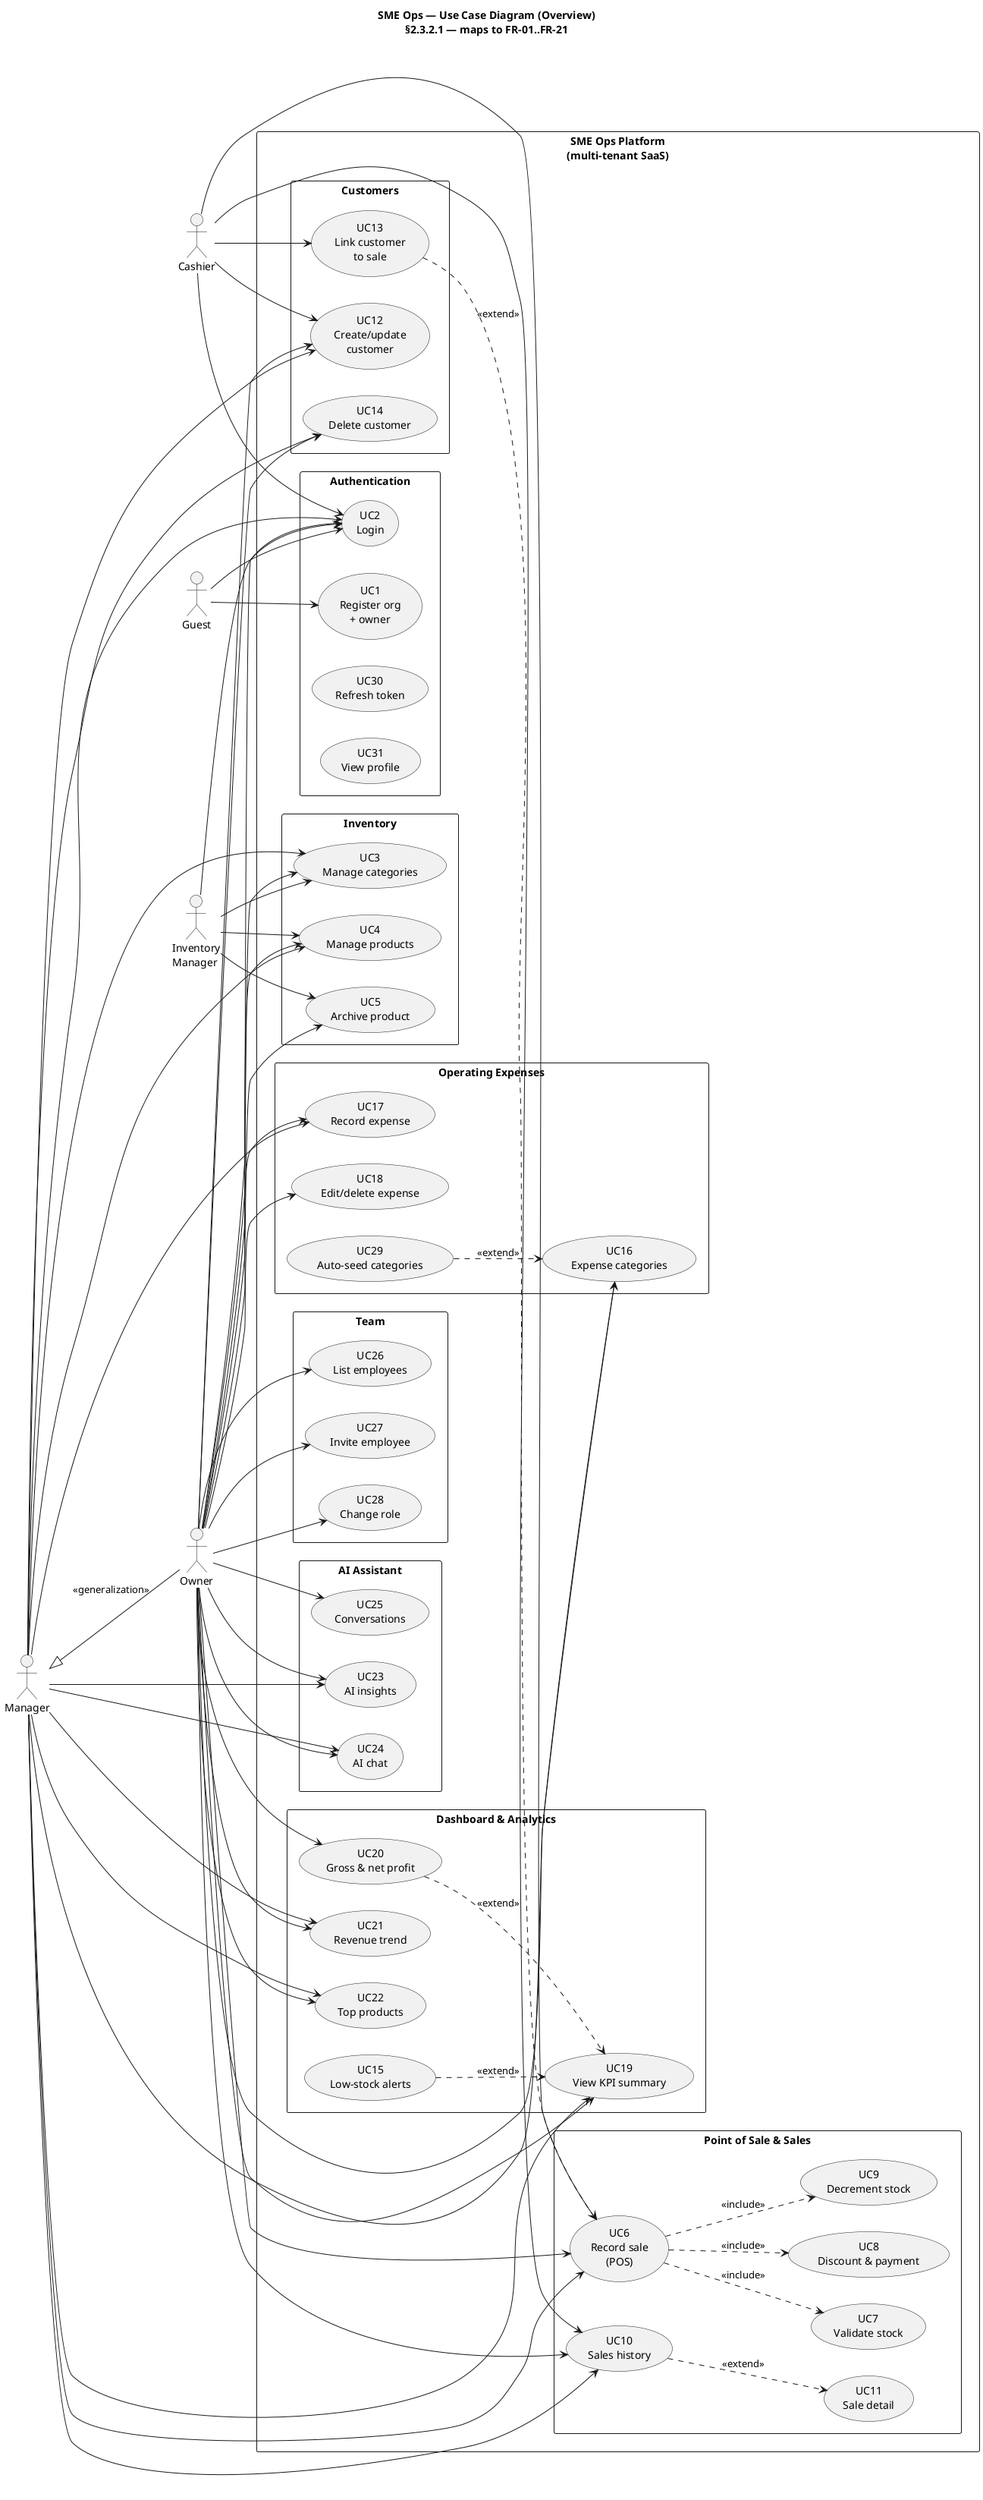
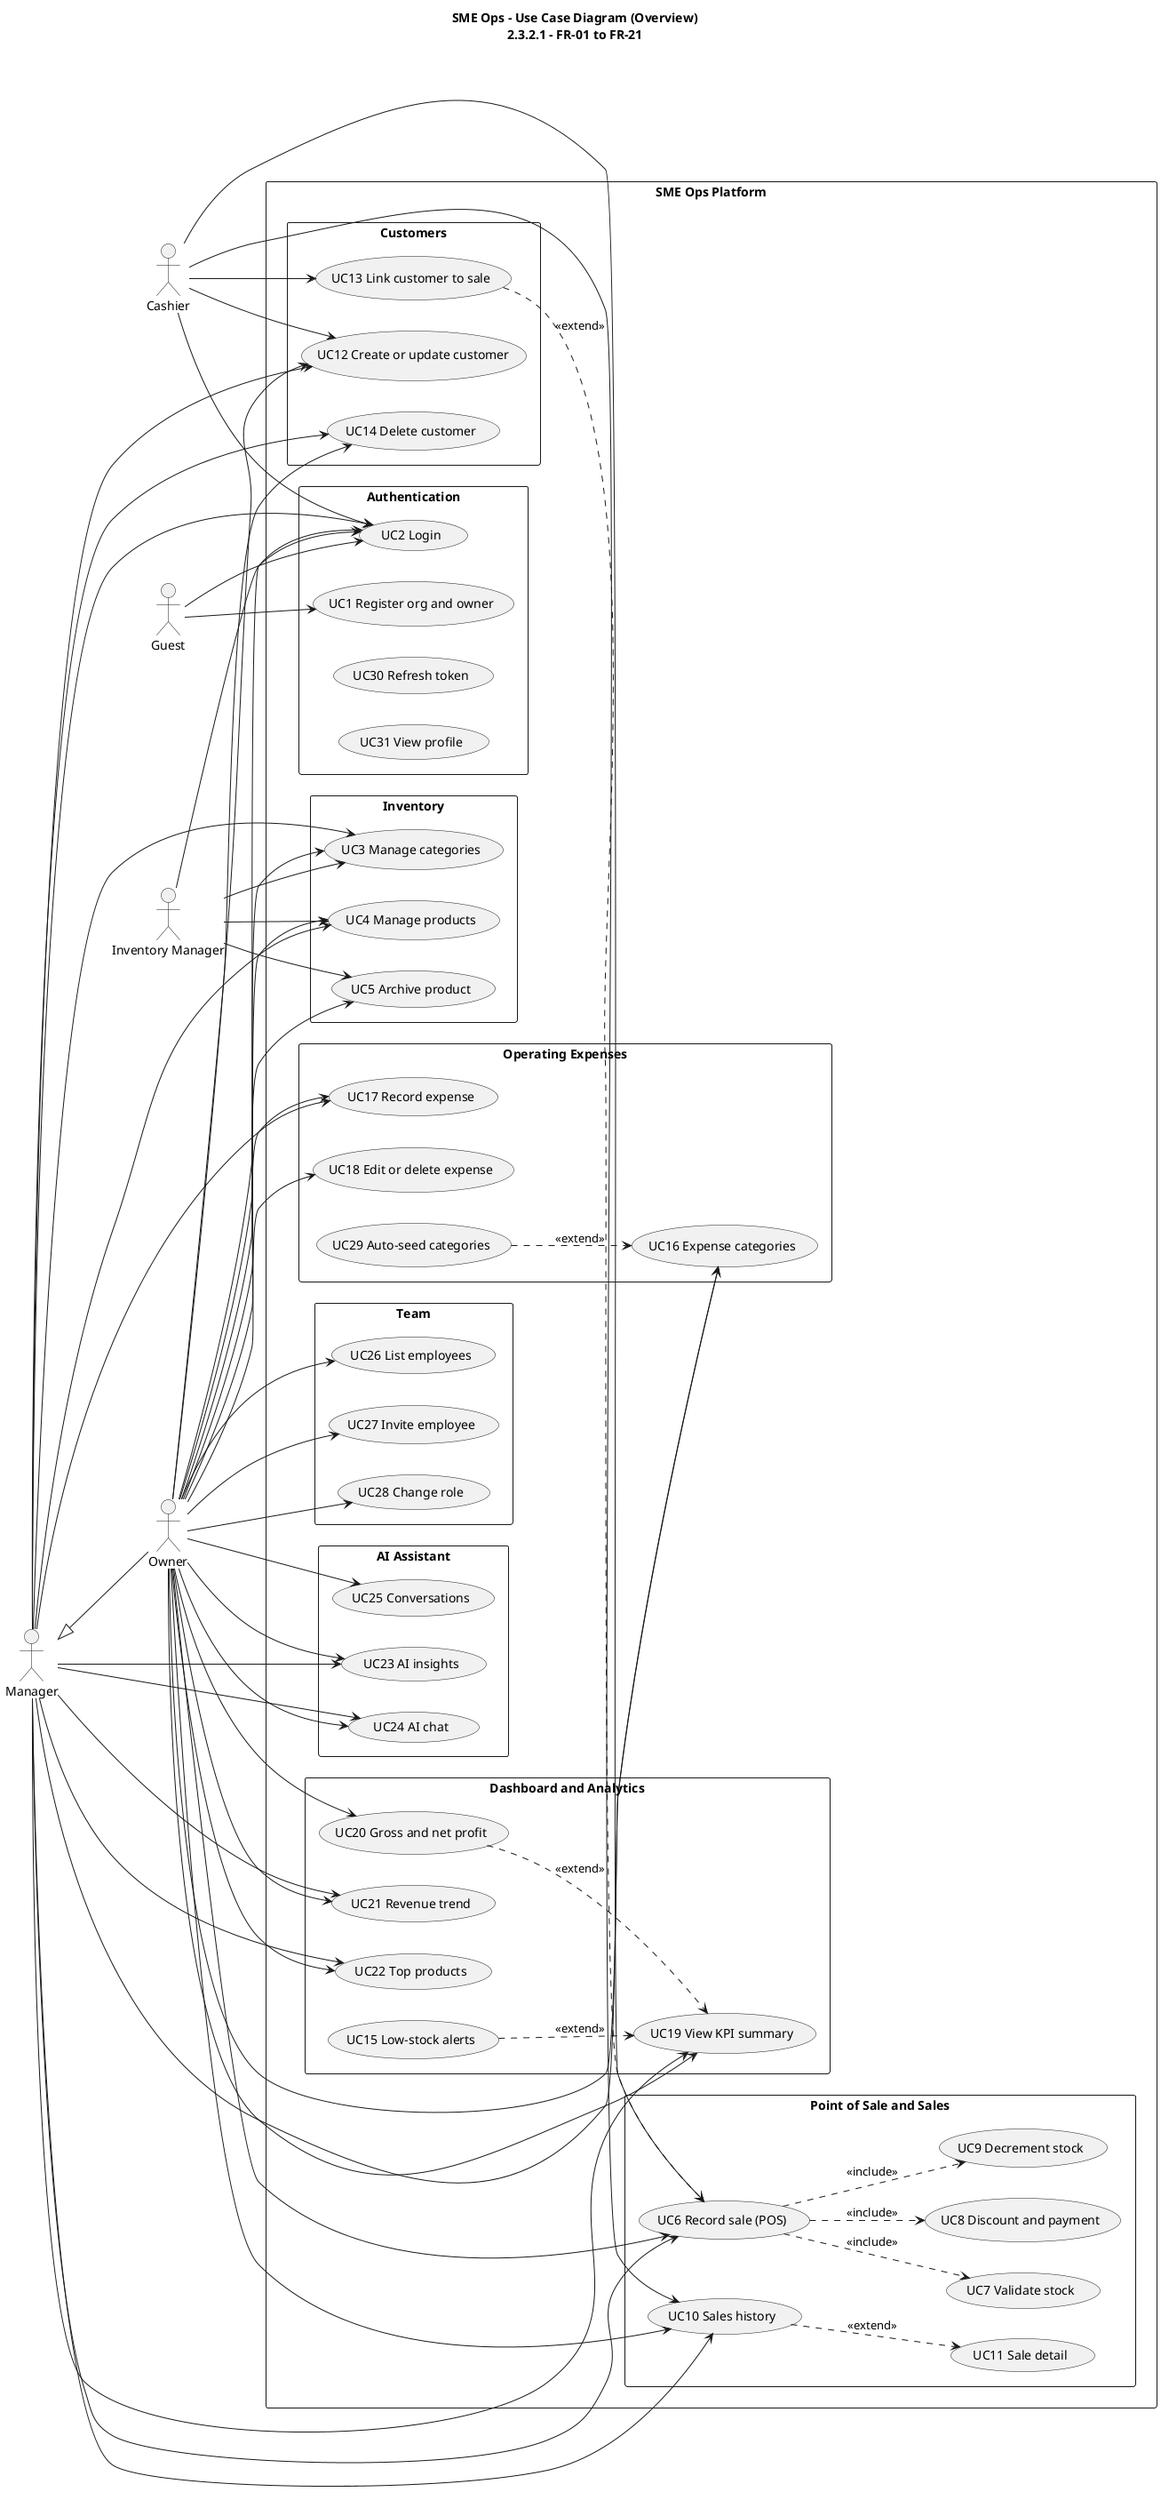
@startuml SME_Ops_Use_Case_Overview
- title SME Ops — Use Case Diagram (Overview)\n§2.3.2.1 — maps to FR-01..FR-21
+ title SME Ops - Use Case Diagram (Overview)\n2.3.2.1 - FR-01 to FR-21

skinparam shadowing false
skinparam packageStyle rectangle

left to right direction

actor Guest as guest
actor Owner as owner
- actor Manager as manager
- actor "Inventory\nManager" as invmgr
+ actor Manager as mgr
+ actor "Inventory Manager" as invmgr
actor Cashier as cashier

- manager <|-- owner : <<generalization>>
+ mgr <|-- owner

- rectangle "SME Ops Platform\n(multi-tenant SaaS)" as system {
+ rectangle "SME Ops Platform" as system {

  package "Authentication" {
-     usecase "UC1\nRegister org\n+ owner" as UC1
-     usecase "UC2\nLogin" as UC2
-     usecase "UC30\nRefresh token" as UC30
-     usecase "UC31\nView profile" as UC31
+     usecase "UC1 Register org and owner" as UC1
+     usecase "UC2 Login" as UC2
+     usecase "UC30 Refresh token" as UC30
+     usecase "UC31 View profile" as UC31
  }

-   package "Dashboard & Analytics" {
-     usecase "UC19\nView KPI summary" as UC19
-     usecase "UC21\nRevenue trend" as UC21
-     usecase "UC22\nTop products" as UC22
-     usecase "UC20\nGross & net profit" as UC20
-     usecase "UC15\nLow-stock alerts" as UC15
+   package "Dashboard and Analytics" {
+     usecase "UC19 View KPI summary" as UC19
+     usecase "UC21 Revenue trend" as UC21
+     usecase "UC22 Top products" as UC22
+     usecase "UC20 Gross and net profit" as UC20
+     usecase "UC15 Low-stock alerts" as UC15
  }

-   package "Point of Sale & Sales" {
-     usecase "UC6\nRecord sale\n(POS)" as UC6
-     usecase "UC7\nValidate stock" as UC7
-     usecase "UC8\nDiscount & payment" as UC8
-     usecase "UC9\nDecrement stock" as UC9
-     usecase "UC10\nSales history" as UC10
-     usecase "UC11\nSale detail" as UC11
+   package "Point of Sale and Sales" {
+     usecase "UC6 Record sale (POS)" as UC6
+     usecase "UC7 Validate stock" as UC7
+     usecase "UC8 Discount and payment" as UC8
+     usecase "UC9 Decrement stock" as UC9
+     usecase "UC10 Sales history" as UC10
+     usecase "UC11 Sale detail" as UC11
  }

  package "Inventory" {
-     usecase "UC3\nManage categories" as UC3
-     usecase "UC4\nManage products" as UC4
-     usecase "UC5\nArchive product" as UC5
+     usecase "UC3 Manage categories" as UC3
+     usecase "UC4 Manage products" as UC4
+     usecase "UC5 Archive product" as UC5
  }

  package "Customers" {
-     usecase "UC12\nCreate/update\ncustomer" as UC12
-     usecase "UC14\nDelete customer" as UC14
-     usecase "UC13\nLink customer\nto sale" as UC13
+     usecase "UC12 Create or update customer" as UC12
+     usecase "UC14 Delete customer" as UC14
+     usecase "UC13 Link customer to sale" as UC13
  }

  package "Operating Expenses" {
-     usecase "UC16\nExpense categories" as UC16
-     usecase "UC17\nRecord expense" as UC17
-     usecase "UC18\nEdit/delete expense" as UC18
-     usecase "UC29\nAuto-seed categories" as UC29
+     usecase "UC16 Expense categories" as UC16
+     usecase "UC17 Record expense" as UC17
+     usecase "UC18 Edit or delete expense" as UC18
+     usecase "UC29 Auto-seed categories" as UC29
  }

  package "Team" {
-     usecase "UC26\nList employees" as UC26
-     usecase "UC27\nInvite employee" as UC27
-     usecase "UC28\nChange role" as UC28
+     usecase "UC26 List employees" as UC26
+     usecase "UC27 Invite employee" as UC27
+     usecase "UC28 Change role" as UC28
  }

  package "AI Assistant" {
-     usecase "UC23\nAI insights" as UC23
-     usecase "UC24\nAI chat" as UC24
-     usecase "UC25\nConversations" as UC25
+     usecase "UC23 AI insights" as UC23
+     usecase "UC24 AI chat" as UC24
+     usecase "UC25 Conversations" as UC25
  }
}

UC6 ..> UC7 : <<include>>
UC6 ..> UC8 : <<include>>
UC6 ..> UC9 : <<include>>
UC10 ..> UC11 : <<extend>>
UC13 ..> UC6 : <<extend>>
UC20 ..> UC19 : <<extend>>
UC15 ..> UC19 : <<extend>>
UC29 ..> UC16 : <<extend>>

guest --> UC1
guest --> UC2
owner --> UC2
- manager --> UC2
+ mgr --> UC2
invmgr --> UC2
cashier --> UC2

owner --> UC19
owner --> UC21
owner --> UC22
owner --> UC20
owner --> UC6
owner --> UC10
owner --> UC3
owner --> UC4
owner --> UC5
owner --> UC12
owner --> UC14
owner --> UC16
owner --> UC17
owner --> UC18
owner --> UC26
owner --> UC27
owner --> UC28
owner --> UC23
owner --> UC24
owner --> UC25

- manager --> UC19
- manager --> UC21
- manager --> UC22
- manager --> UC6
- manager --> UC10
- manager --> UC3
- manager --> UC4
- manager --> UC12
- manager --> UC14
- manager --> UC16
- manager --> UC17
- manager --> UC23
- manager --> UC24
+ mgr --> UC19
+ mgr --> UC21
+ mgr --> UC22
+ mgr --> UC6
+ mgr --> UC10
+ mgr --> UC3
+ mgr --> UC4
+ mgr --> UC12
+ mgr --> UC14
+ mgr --> UC16
+ mgr --> UC17
+ mgr --> UC23
+ mgr --> UC24

invmgr --> UC3
invmgr --> UC4
invmgr --> UC5

cashier --> UC6
cashier --> UC10
cashier --> UC12
cashier --> UC13

@enduml
